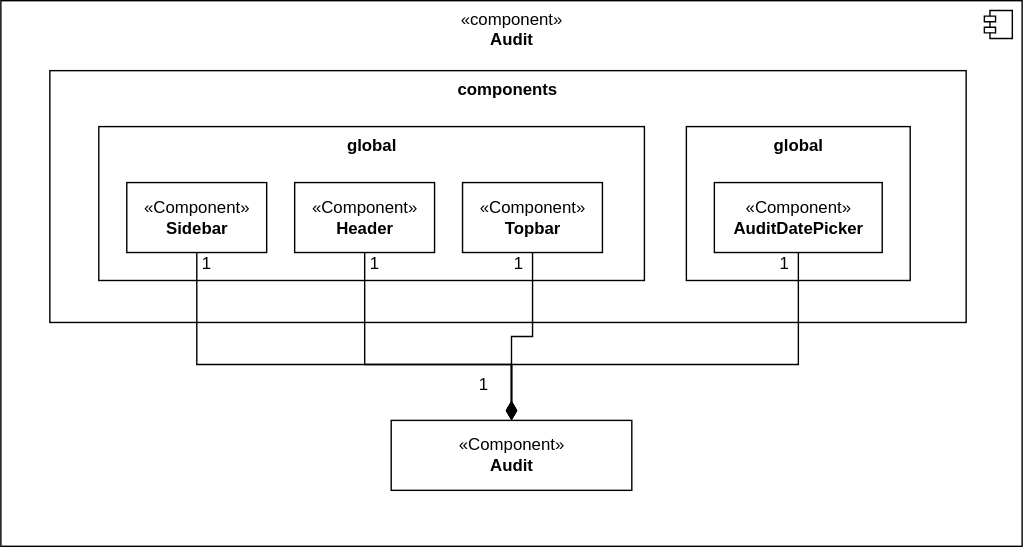
HaniAlshikh/bachelor-thesis keeps this draw.io diagram as src/template_thesis/diagrams/audit_browser/audit_browser_scenes_audit_class_diagram.drawio.svg. Above is the earlier version. Source tidied: cells renumbered, new cells last; positions are measured from the earlier drawing's top-left corner, leaving out a move shared by most shapes. The source it was exported from:
```xml
<mxGraphModel background="#ffffff">
  <root>
    <mxCell id="0" />
    <mxCell id="1" parent="0" />
    <mxCell id="2" value="«component»&lt;b&gt;&lt;br&gt;Audit&lt;br&gt;&lt;/b&gt;" style="html=1;strokeWidth=1;align=center;verticalAlign=top;" parent="1" vertex="1">
      <mxGeometry width="730" height="390" as="geometry" />
    </mxCell>
    <mxCell id="3" style="shape=module;jettyWidth=8;jettyHeight=4;strokeWidth=1;align=center;verticalAlign=middle;" parent="2" vertex="1">
      <mxGeometry x="1" width="20" height="20" relative="1" as="geometry">
        <mxPoint x="-27" y="7" as="offset" />
      </mxGeometry>
    </mxCell>
    <mxCell id="4" value="&lt;b&gt;components&lt;br&gt;&lt;/b&gt;" style="html=1;strokeWidth=1;align=center;verticalAlign=top;" parent="1" vertex="1">
      <mxGeometry x="35" y="50" width="655" height="180" as="geometry" />
    </mxCell>
    <mxCell id="5" value="&lt;b&gt;global&lt;br&gt;&lt;/b&gt;" style="html=1;strokeWidth=1;align=center;verticalAlign=top;" parent="1" vertex="1">
      <mxGeometry x="70" y="90" width="390" height="110" as="geometry" />
    </mxCell>
    <mxCell id="6" value="«Component»&lt;br&gt;&lt;b&gt;Sidebar&lt;/b&gt;" style="html=1;strokeWidth=1;" parent="1" vertex="1">
      <mxGeometry x="90" y="130" width="100" height="50" as="geometry" />
    </mxCell>
    <mxCell id="7" value="«Component»&lt;br&gt;&lt;b&gt;Header&lt;/b&gt;" style="html=1;strokeWidth=1;" parent="1" vertex="1">
      <mxGeometry x="210" y="130" width="100" height="50" as="geometry" />
    </mxCell>
    <mxCell id="8" value="«Component»&lt;br&gt;&lt;b&gt;Topbar&lt;/b&gt;" style="html=1;strokeWidth=1;" parent="1" vertex="1">
      <mxGeometry x="330" y="130" width="100" height="50" as="geometry" />
    </mxCell>
    <mxCell id="9" value="&lt;b&gt;global&lt;br&gt;&lt;/b&gt;" style="html=1;strokeWidth=1;align=center;verticalAlign=top;" parent="1" vertex="1">
      <mxGeometry x="490" y="90" width="160" height="110" as="geometry" />
    </mxCell>
    <mxCell id="10" value="«Component»&lt;br&gt;&lt;b&gt;AuditDatePicker&lt;/b&gt;" style="html=1;strokeWidth=1;" parent="1" vertex="1">
      <mxGeometry x="510" y="130" width="120" height="50" as="geometry" />
    </mxCell>
    <mxCell id="11" style="edgeStyle=orthogonalEdgeStyle;shape=connector;rounded=0;html=1;labelBackgroundColor=default;strokeColor=default;fontFamily=Helvetica;fontSize=11;fontColor=default;startArrow=diamondThin;startFill=1;endArrow=none;endFill=0;startSize=11;endSize=6;" parent="1" edge="1" source="15" target="7">
      <mxGeometry relative="1" as="geometry">
        <Array as="points">
          <mxPoint x="365" y="260" />
          <mxPoint x="260" y="260" />
        </Array>
      </mxGeometry>
    </mxCell>
    <mxCell id="12" style="edgeStyle=orthogonalEdgeStyle;shape=connector;rounded=0;html=1;labelBackgroundColor=default;strokeColor=default;fontFamily=Helvetica;fontSize=11;fontColor=default;startArrow=diamondThin;startFill=1;endArrow=none;endFill=0;startSize=11;endSize=6;" parent="1" edge="1" source="15" target="8">
      <mxGeometry relative="1" as="geometry" />
    </mxCell>
    <mxCell id="13" style="edgeStyle=orthogonalEdgeStyle;shape=connector;rounded=0;html=1;labelBackgroundColor=default;strokeColor=default;fontFamily=Helvetica;fontSize=11;fontColor=default;startArrow=diamondThin;startFill=1;endArrow=none;endFill=0;startSize=11;endSize=6;" parent="1" edge="1" source="15" target="10">
      <mxGeometry relative="1" as="geometry">
        <Array as="points">
          <mxPoint x="365" y="260" />
          <mxPoint x="570" y="260" />
        </Array>
      </mxGeometry>
    </mxCell>
    <mxCell id="14" style="edgeStyle=orthogonalEdgeStyle;shape=connector;rounded=0;html=1;labelBackgroundColor=default;strokeColor=default;fontFamily=Helvetica;fontSize=11;fontColor=default;startArrow=diamondThin;startFill=1;endArrow=none;endFill=0;startSize=11;endSize=6;" parent="1" edge="1" source="15" target="6">
      <mxGeometry relative="1" as="geometry">
        <Array as="points">
          <mxPoint x="365" y="260" />
          <mxPoint x="140" y="260" />
        </Array>
      </mxGeometry>
    </mxCell>
    <mxCell id="15" value="«Component»&lt;br&gt;&lt;b&gt;Audit&lt;/b&gt;" style="html=1;strokeWidth=1;" parent="1" vertex="1">
      <mxGeometry x="279" y="300" width="172" height="50" as="geometry" />
    </mxCell>
    <mxCell id="16" value="1" style="text;html=1;align=center;verticalAlign=middle;strokeColor=none;fillColor=none;fontSize=12;fontFamily=Helvetica;fontColor=default;" parent="1" vertex="1">
      <mxGeometry x="330" y="260" width="30" height="30" as="geometry" />
    </mxCell>
    <mxCell id="17" value="1" style="text;html=1;align=center;verticalAlign=middle;strokeColor=none;fillColor=none;fontSize=12;fontFamily=Helvetica;fontColor=default;" parent="1" vertex="1">
      <mxGeometry x="132" y="173" width="30" height="30" as="geometry" />
    </mxCell>
    <mxCell id="18" value="1" style="text;html=1;align=center;verticalAlign=middle;strokeColor=none;fillColor=none;fontSize=12;fontFamily=Helvetica;fontColor=default;" parent="1" vertex="1">
      <mxGeometry x="252" y="173" width="30" height="30" as="geometry" />
    </mxCell>
    <mxCell id="19" value="1" style="text;html=1;align=center;verticalAlign=middle;strokeColor=none;fillColor=none;fontSize=12;fontFamily=Helvetica;fontColor=default;" parent="1" vertex="1">
      <mxGeometry x="355" y="173" width="30" height="30" as="geometry" />
    </mxCell>
    <mxCell id="20" value="1" style="text;html=1;align=center;verticalAlign=middle;strokeColor=none;fillColor=none;fontSize=12;fontFamily=Helvetica;fontColor=default;" parent="1" vertex="1">
      <mxGeometry x="545" y="173" width="30" height="30" as="geometry" />
    </mxCell>
  </root>
</mxGraphModel>
```
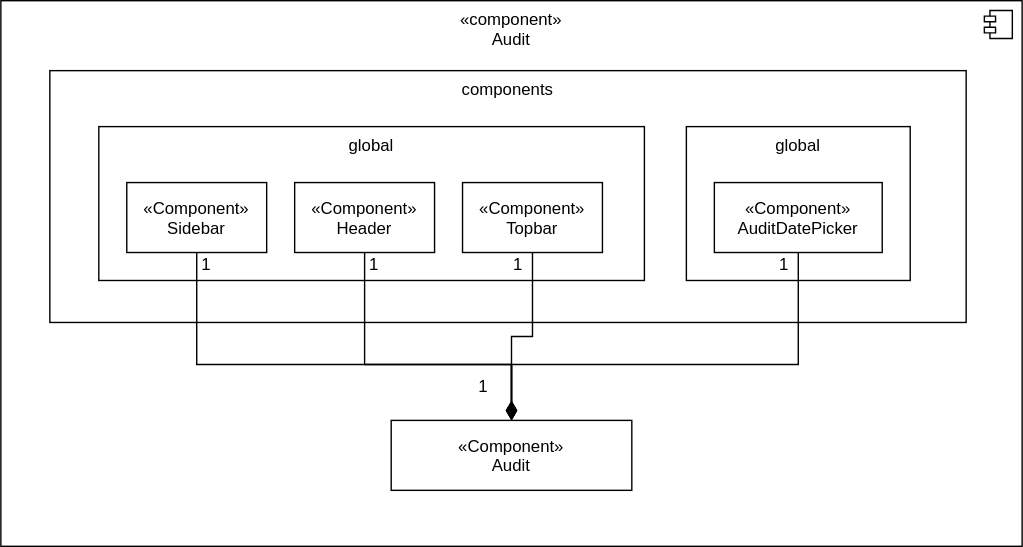
After the commit.

Change to the diagram source:
```diff
@@ -2,7 +2,7 @@
   <root>
     <mxCell id="0" />
     <mxCell id="1" parent="0" />
-    <mxCell id="2" value="«component»&lt;b&gt;&lt;br&gt;Audit&lt;br&gt;&lt;/b&gt;" style="html=1;strokeWidth=1;align=center;verticalAlign=top;" parent="1" vertex="1">
+    <mxCell id="2" value="«component»&#10;Audit&#10;" style="strokeWidth=1;align=center;verticalAlign=top;" parent="1" vertex="1">
       <mxGeometry width="730" height="390" as="geometry" />
     </mxCell>
     <mxCell id="3" style="shape=module;jettyWidth=8;jettyHeight=4;strokeWidth=1;align=center;verticalAlign=middle;" parent="2" vertex="1">
@@ -10,28 +10,28 @@
         <mxPoint x="-27" y="7" as="offset" />
       </mxGeometry>
     </mxCell>
-    <mxCell id="4" value="&lt;b&gt;components&lt;br&gt;&lt;/b&gt;" style="html=1;strokeWidth=1;align=center;verticalAlign=top;" parent="1" vertex="1">
+    <mxCell id="4" value="components&#10;" style="strokeWidth=1;align=center;verticalAlign=top;" parent="1" vertex="1">
       <mxGeometry x="35" y="50" width="655" height="180" as="geometry" />
     </mxCell>
-    <mxCell id="5" value="&lt;b&gt;global&lt;br&gt;&lt;/b&gt;" style="html=1;strokeWidth=1;align=center;verticalAlign=top;" parent="1" vertex="1">
+    <mxCell id="5" value="global&#10;" style="strokeWidth=1;align=center;verticalAlign=top;" parent="1" vertex="1">
       <mxGeometry x="70" y="90" width="390" height="110" as="geometry" />
     </mxCell>
-    <mxCell id="6" value="«Component»&lt;br&gt;&lt;b&gt;Sidebar&lt;/b&gt;" style="html=1;strokeWidth=1;" parent="1" vertex="1">
+    <mxCell id="6" value="«Component»&#10;Sidebar" style="strokeWidth=1;" parent="1" vertex="1">
       <mxGeometry x="90" y="130" width="100" height="50" as="geometry" />
     </mxCell>
-    <mxCell id="7" value="«Component»&lt;br&gt;&lt;b&gt;Header&lt;/b&gt;" style="html=1;strokeWidth=1;" parent="1" vertex="1">
+    <mxCell id="7" value="«Component»&#10;Header" style="strokeWidth=1;" parent="1" vertex="1">
       <mxGeometry x="210" y="130" width="100" height="50" as="geometry" />
     </mxCell>
-    <mxCell id="8" value="«Component»&lt;br&gt;&lt;b&gt;Topbar&lt;/b&gt;" style="html=1;strokeWidth=1;" parent="1" vertex="1">
+    <mxCell id="8" value="«Component»&#10;Topbar" style="strokeWidth=1;" parent="1" vertex="1">
       <mxGeometry x="330" y="130" width="100" height="50" as="geometry" />
     </mxCell>
-    <mxCell id="9" value="&lt;b&gt;global&lt;br&gt;&lt;/b&gt;" style="html=1;strokeWidth=1;align=center;verticalAlign=top;" parent="1" vertex="1">
+    <mxCell id="9" value="global&#10;" style="strokeWidth=1;align=center;verticalAlign=top;" parent="1" vertex="1">
       <mxGeometry x="490" y="90" width="160" height="110" as="geometry" />
     </mxCell>
-    <mxCell id="10" value="«Component»&lt;br&gt;&lt;b&gt;AuditDatePicker&lt;/b&gt;" style="html=1;strokeWidth=1;" parent="1" vertex="1">
+    <mxCell id="10" value="«Component»&#10;AuditDatePicker" style="strokeWidth=1;" parent="1" vertex="1">
       <mxGeometry x="510" y="130" width="120" height="50" as="geometry" />
     </mxCell>
-    <mxCell id="11" style="edgeStyle=orthogonalEdgeStyle;shape=connector;rounded=0;html=1;labelBackgroundColor=default;strokeColor=default;fontFamily=Helvetica;fontSize=11;fontColor=default;startArrow=diamondThin;startFill=1;endArrow=none;endFill=0;startSize=11;endSize=6;" parent="1" edge="1" source="15" target="7">
+    <mxCell id="11" style="edgeStyle=orthogonalEdgeStyle;shape=connector;rounded=0;labelBackgroundColor=default;strokeColor=default;fontFamily=Helvetica;fontSize=11;fontColor=default;startArrow=diamondThin;startFill=1;endArrow=none;endFill=0;startSize=11;endSize=6;strokeWidth=1;" parent="1" edge="1" source="15" target="7">
       <mxGeometry relative="1" as="geometry">
         <Array as="points">
           <mxPoint x="365" y="260" />
@@ -39,10 +39,10 @@
         </Array>
       </mxGeometry>
     </mxCell>
-    <mxCell id="12" style="edgeStyle=orthogonalEdgeStyle;shape=connector;rounded=0;html=1;labelBackgroundColor=default;strokeColor=default;fontFamily=Helvetica;fontSize=11;fontColor=default;startArrow=diamondThin;startFill=1;endArrow=none;endFill=0;startSize=11;endSize=6;" parent="1" edge="1" source="15" target="8">
+    <mxCell id="12" style="edgeStyle=orthogonalEdgeStyle;shape=connector;rounded=0;labelBackgroundColor=default;strokeColor=default;fontFamily=Helvetica;fontSize=11;fontColor=default;startArrow=diamondThin;startFill=1;endArrow=none;endFill=0;startSize=11;endSize=6;strokeWidth=1;" parent="1" edge="1" source="15" target="8">
       <mxGeometry relative="1" as="geometry" />
     </mxCell>
-    <mxCell id="13" style="edgeStyle=orthogonalEdgeStyle;shape=connector;rounded=0;html=1;labelBackgroundColor=default;strokeColor=default;fontFamily=Helvetica;fontSize=11;fontColor=default;startArrow=diamondThin;startFill=1;endArrow=none;endFill=0;startSize=11;endSize=6;" parent="1" edge="1" source="15" target="10">
+    <mxCell id="13" style="edgeStyle=orthogonalEdgeStyle;shape=connector;rounded=0;labelBackgroundColor=default;strokeColor=default;fontFamily=Helvetica;fontSize=11;fontColor=default;startArrow=diamondThin;startFill=1;endArrow=none;endFill=0;startSize=11;endSize=6;strokeWidth=1;" parent="1" edge="1" source="15" target="10">
       <mxGeometry relative="1" as="geometry">
         <Array as="points">
           <mxPoint x="365" y="260" />
@@ -50,7 +50,7 @@
         </Array>
       </mxGeometry>
     </mxCell>
-    <mxCell id="14" style="edgeStyle=orthogonalEdgeStyle;shape=connector;rounded=0;html=1;labelBackgroundColor=default;strokeColor=default;fontFamily=Helvetica;fontSize=11;fontColor=default;startArrow=diamondThin;startFill=1;endArrow=none;endFill=0;startSize=11;endSize=6;" parent="1" edge="1" source="15" target="6">
+    <mxCell id="14" style="edgeStyle=orthogonalEdgeStyle;shape=connector;rounded=0;labelBackgroundColor=default;strokeColor=default;fontFamily=Helvetica;fontSize=11;fontColor=default;startArrow=diamondThin;startFill=1;endArrow=none;endFill=0;startSize=11;endSize=6;strokeWidth=1;" parent="1" edge="1" source="15" target="6">
       <mxGeometry relative="1" as="geometry">
         <Array as="points">
           <mxPoint x="365" y="260" />
@@ -58,22 +58,22 @@
         </Array>
       </mxGeometry>
     </mxCell>
-    <mxCell id="15" value="«Component»&lt;br&gt;&lt;b&gt;Audit&lt;/b&gt;" style="html=1;strokeWidth=1;" parent="1" vertex="1">
+    <mxCell id="15" value="«Component»&#10;Audit" style="strokeWidth=1;" parent="1" vertex="1">
       <mxGeometry x="279" y="300" width="172" height="50" as="geometry" />
     </mxCell>
-    <mxCell id="16" value="1" style="text;html=1;align=center;verticalAlign=middle;strokeColor=none;fillColor=none;fontSize=12;fontFamily=Helvetica;fontColor=default;" parent="1" vertex="1">
+    <mxCell id="16" value="1" style="text;align=center;verticalAlign=middle;strokeColor=none;fillColor=none;fontSize=12;fontFamily=Helvetica;fontColor=default;strokeWidth=1;" parent="1" vertex="1">
       <mxGeometry x="330" y="260" width="30" height="30" as="geometry" />
     </mxCell>
-    <mxCell id="17" value="1" style="text;html=1;align=center;verticalAlign=middle;strokeColor=none;fillColor=none;fontSize=12;fontFamily=Helvetica;fontColor=default;" parent="1" vertex="1">
+    <mxCell id="17" value="1" style="text;align=center;verticalAlign=middle;strokeColor=none;fillColor=none;fontSize=12;fontFamily=Helvetica;fontColor=default;strokeWidth=1;" parent="1" vertex="1">
       <mxGeometry x="132" y="173" width="30" height="30" as="geometry" />
     </mxCell>
-    <mxCell id="18" value="1" style="text;html=1;align=center;verticalAlign=middle;strokeColor=none;fillColor=none;fontSize=12;fontFamily=Helvetica;fontColor=default;" parent="1" vertex="1">
+    <mxCell id="18" value="1" style="text;align=center;verticalAlign=middle;strokeColor=none;fillColor=none;fontSize=12;fontFamily=Helvetica;fontColor=default;strokeWidth=1;" parent="1" vertex="1">
       <mxGeometry x="252" y="173" width="30" height="30" as="geometry" />
     </mxCell>
-    <mxCell id="19" value="1" style="text;html=1;align=center;verticalAlign=middle;strokeColor=none;fillColor=none;fontSize=12;fontFamily=Helvetica;fontColor=default;" parent="1" vertex="1">
+    <mxCell id="19" value="1" style="text;align=center;verticalAlign=middle;strokeColor=none;fillColor=none;fontSize=12;fontFamily=Helvetica;fontColor=default;strokeWidth=1;" parent="1" vertex="1">
       <mxGeometry x="355" y="173" width="30" height="30" as="geometry" />
     </mxCell>
-    <mxCell id="20" value="1" style="text;html=1;align=center;verticalAlign=middle;strokeColor=none;fillColor=none;fontSize=12;fontFamily=Helvetica;fontColor=default;" parent="1" vertex="1">
+    <mxCell id="20" value="1" style="text;align=center;verticalAlign=middle;strokeColor=none;fillColor=none;fontSize=12;fontFamily=Helvetica;fontColor=default;strokeWidth=1;" parent="1" vertex="1">
       <mxGeometry x="545" y="173" width="30" height="30" as="geometry" />
     </mxCell>
   </root>
```
